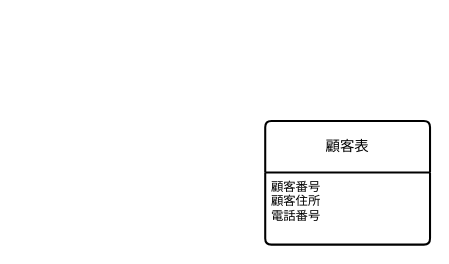
Earlier version of the draw.io diagram ER図1.drawio (Holy0343/Product1). Source tidied: cells renumbered, new cells numbered last; positions are measured from the earlier drawing's top-left corner, leaving out a move shared by most shapes. Both pictures are drawn from the tidied source at 103%, with x=0, y=0 at pixel (265, 121).
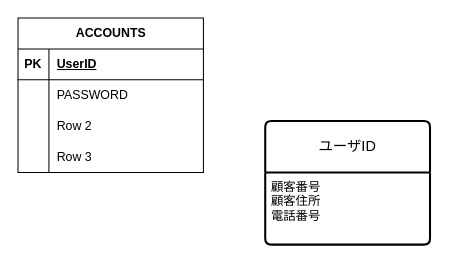
The same diagram, later.

Commit message (it also covers changes not shown here):
ER図1.drawio を更新します

What changed in the source:
```diff
@@
 <mxGraphModel>
   <root>
     <mxCell id="0" />
     <mxCell id="1" parent="0" />
-    <mxCell id="2" value="顧客表" style="swimlane;horizontal=1;startSize=50;rounded=1;fontSize=14;fontStyle=0;strokeWidth=2;shadow=0;dashed=0;align=center;arcSize=4;whiteSpace=wrap;html=1;" parent="1" vertex="1">
+    <mxCell id="2" value="ユーザID" style="swimlane;horizontal=1;startSize=50;rounded=1;fontSize=14;fontStyle=0;strokeWidth=2;shadow=0;dashed=0;align=center;arcSize=4;whiteSpace=wrap;html=1;" parent="1" vertex="1">
       <mxGeometry width="160" height="120" as="geometry" />
     </mxCell>
     <mxCell id="3" value="顧客番号&lt;div&gt;顧客住所&lt;/div&gt;&lt;div&gt;電話番号&lt;/div&gt;" style="align=left;strokeColor=none;fillColor=none;spacingLeft=4;fontSize=12;verticalAlign=top;html=1;" parent="2" vertex="1">
       <mxGeometry y="50" width="160" height="70" as="geometry" />
     </mxCell>
+    <mxCell id="4" value="ACCOUNTS" style="shape=table;startSize=30;childLayout=tableLayout;rowLines=0;fontStyle=1;align=center;html=1;" parent="1" vertex="1">
+      <mxGeometry x="-240" y="-100" width="180" height="150" as="geometry" />
+    </mxCell>
+    <mxCell id="5" style="shape=tableRow;horizontal=0;startSize=0;swimlaneHead=0;swimlaneBody=0;fillColor=none;top=0;left=0;right=0;bottom=1;" parent="4" vertex="1">
+      <mxGeometry y="30" width="180" height="30" as="geometry" />
+    </mxCell>
+    <mxCell id="6" value="PK" style="shape=partialRectangle;fillColor=none;top=0;left=0;bottom=0;right=0;fontStyle=1;overflow=hidden;whiteSpace=wrap;html=1;" parent="5" vertex="1">
+      <mxGeometry width="30" height="30" as="geometry" />
+    </mxCell>
+    <mxCell id="7" value="UserID" style="shape=partialRectangle;fillColor=none;top=0;left=0;bottom=0;right=0;align=left;spacingLeft=6;fontStyle=5;overflow=hidden;whiteSpace=wrap;html=1;" parent="5" vertex="1">
+      <mxGeometry x="30" width="150" height="30" as="geometry" />
+    </mxCell>
+    <mxCell id="8" style="shape=tableRow;horizontal=0;startSize=0;swimlaneHead=0;swimlaneBody=0;fillColor=none;top=0;left=0;right=0;bottom=0;" parent="4" vertex="1">
+      <mxGeometry y="60" width="180" height="30" as="geometry" />
+    </mxCell>
+    <mxCell id="9" style="shape=partialRectangle;fillColor=none;top=0;left=0;bottom=0;right=0;overflow=hidden;whiteSpace=wrap;html=1;" parent="8" vertex="1">
+      <mxGeometry width="30" height="30" as="geometry" />
+    </mxCell>
+    <mxCell id="10" value="PASSWORD" style="shape=partialRectangle;fillColor=none;top=0;left=0;bottom=0;right=0;align=left;spacingLeft=6;overflow=hidden;whiteSpace=wrap;html=1;" parent="8" vertex="1">
+      <mxGeometry x="30" width="150" height="30" as="geometry" />
+    </mxCell>
+    <mxCell id="11" style="shape=tableRow;horizontal=0;startSize=0;swimlaneHead=0;swimlaneBody=0;fillColor=none;top=0;left=0;right=0;bottom=0;" parent="4" vertex="1">
+      <mxGeometry y="90" width="180" height="30" as="geometry" />
+    </mxCell>
+    <mxCell id="12" style="shape=partialRectangle;fillColor=none;top=0;left=0;bottom=0;right=0;overflow=hidden;whiteSpace=wrap;html=1;" parent="11" vertex="1">
+      <mxGeometry width="30" height="30" as="geometry" />
+    </mxCell>
+    <mxCell id="13" value="Row 2" style="shape=partialRectangle;fillColor=none;top=0;left=0;bottom=0;right=0;align=left;spacingLeft=6;overflow=hidden;whiteSpace=wrap;html=1;" parent="11" vertex="1">
+      <mxGeometry x="30" width="150" height="30" as="geometry" />
+    </mxCell>
+    <mxCell id="14" style="shape=tableRow;horizontal=0;startSize=0;swimlaneHead=0;swimlaneBody=0;fillColor=none;top=0;left=0;right=0;bottom=0;" parent="4" vertex="1">
+      <mxGeometry y="120" width="180" height="30" as="geometry" />
+    </mxCell>
+    <mxCell id="15" style="shape=partialRectangle;fillColor=none;top=0;left=0;bottom=0;right=0;overflow=hidden;whiteSpace=wrap;html=1;" parent="14" vertex="1">
+      <mxGeometry width="30" height="30" as="geometry" />
+    </mxCell>
+    <mxCell id="16" value="Row 3" style="shape=partialRectangle;fillColor=none;top=0;left=0;bottom=0;right=0;align=left;spacingLeft=6;overflow=hidden;whiteSpace=wrap;html=1;" parent="14" vertex="1">
+      <mxGeometry x="30" width="150" height="30" as="geometry" />
+    </mxCell>
   </root>
 </mxGraphModel>
```
